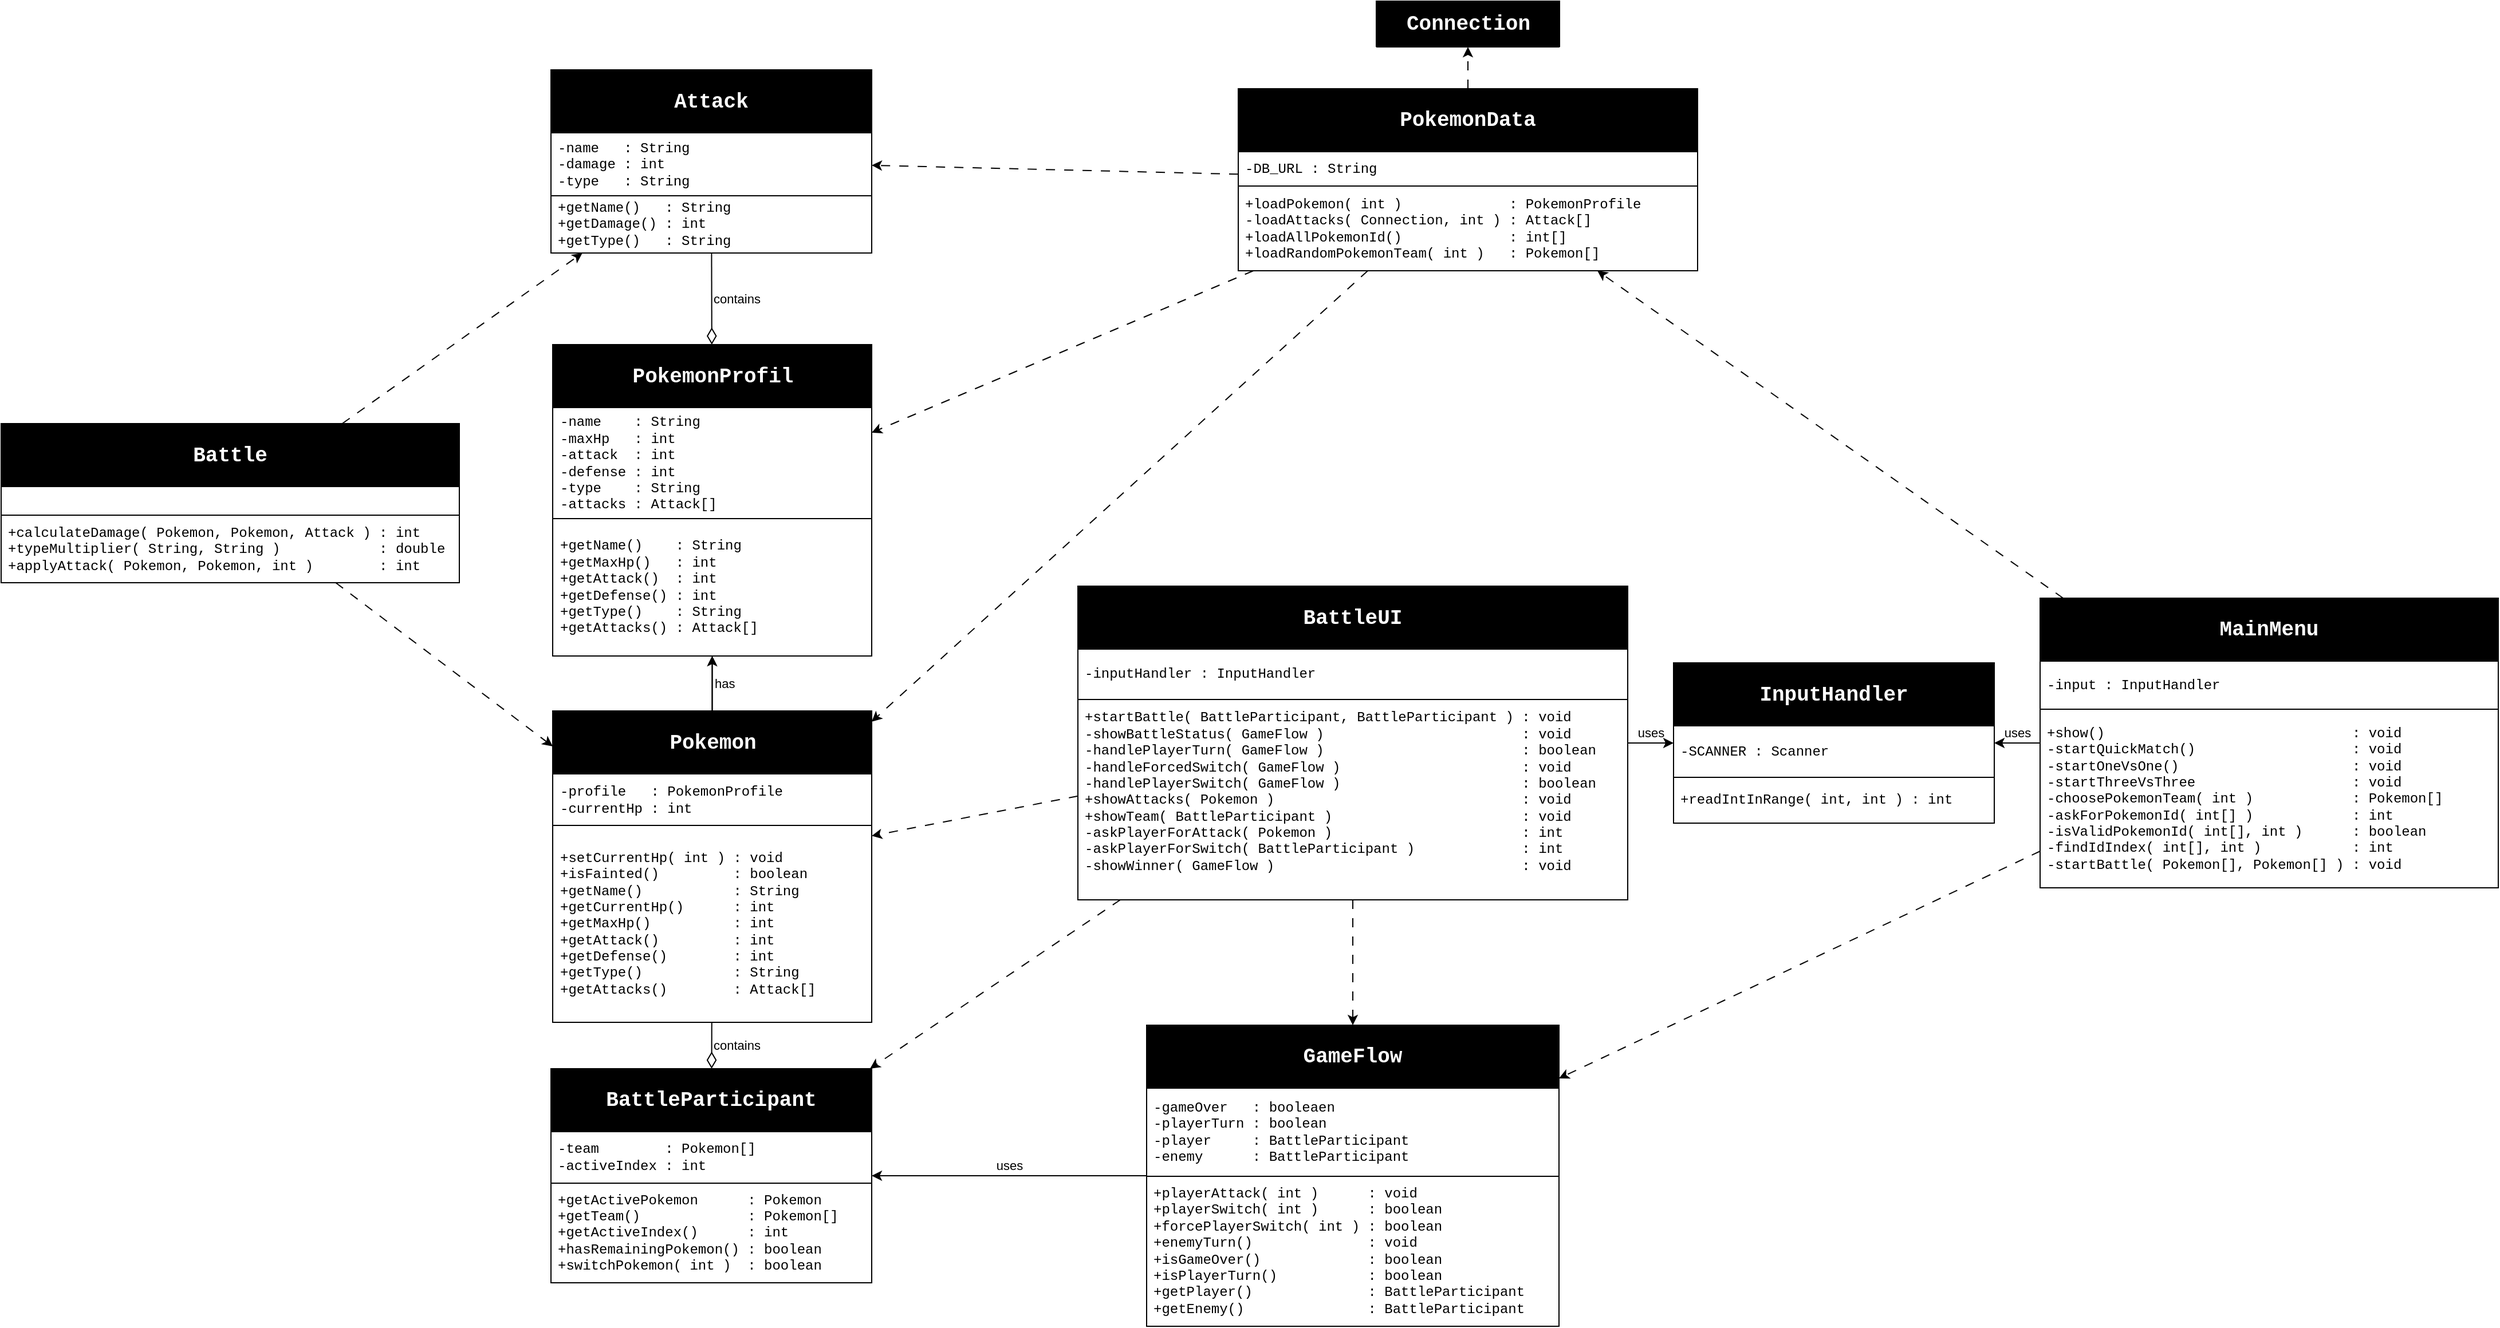
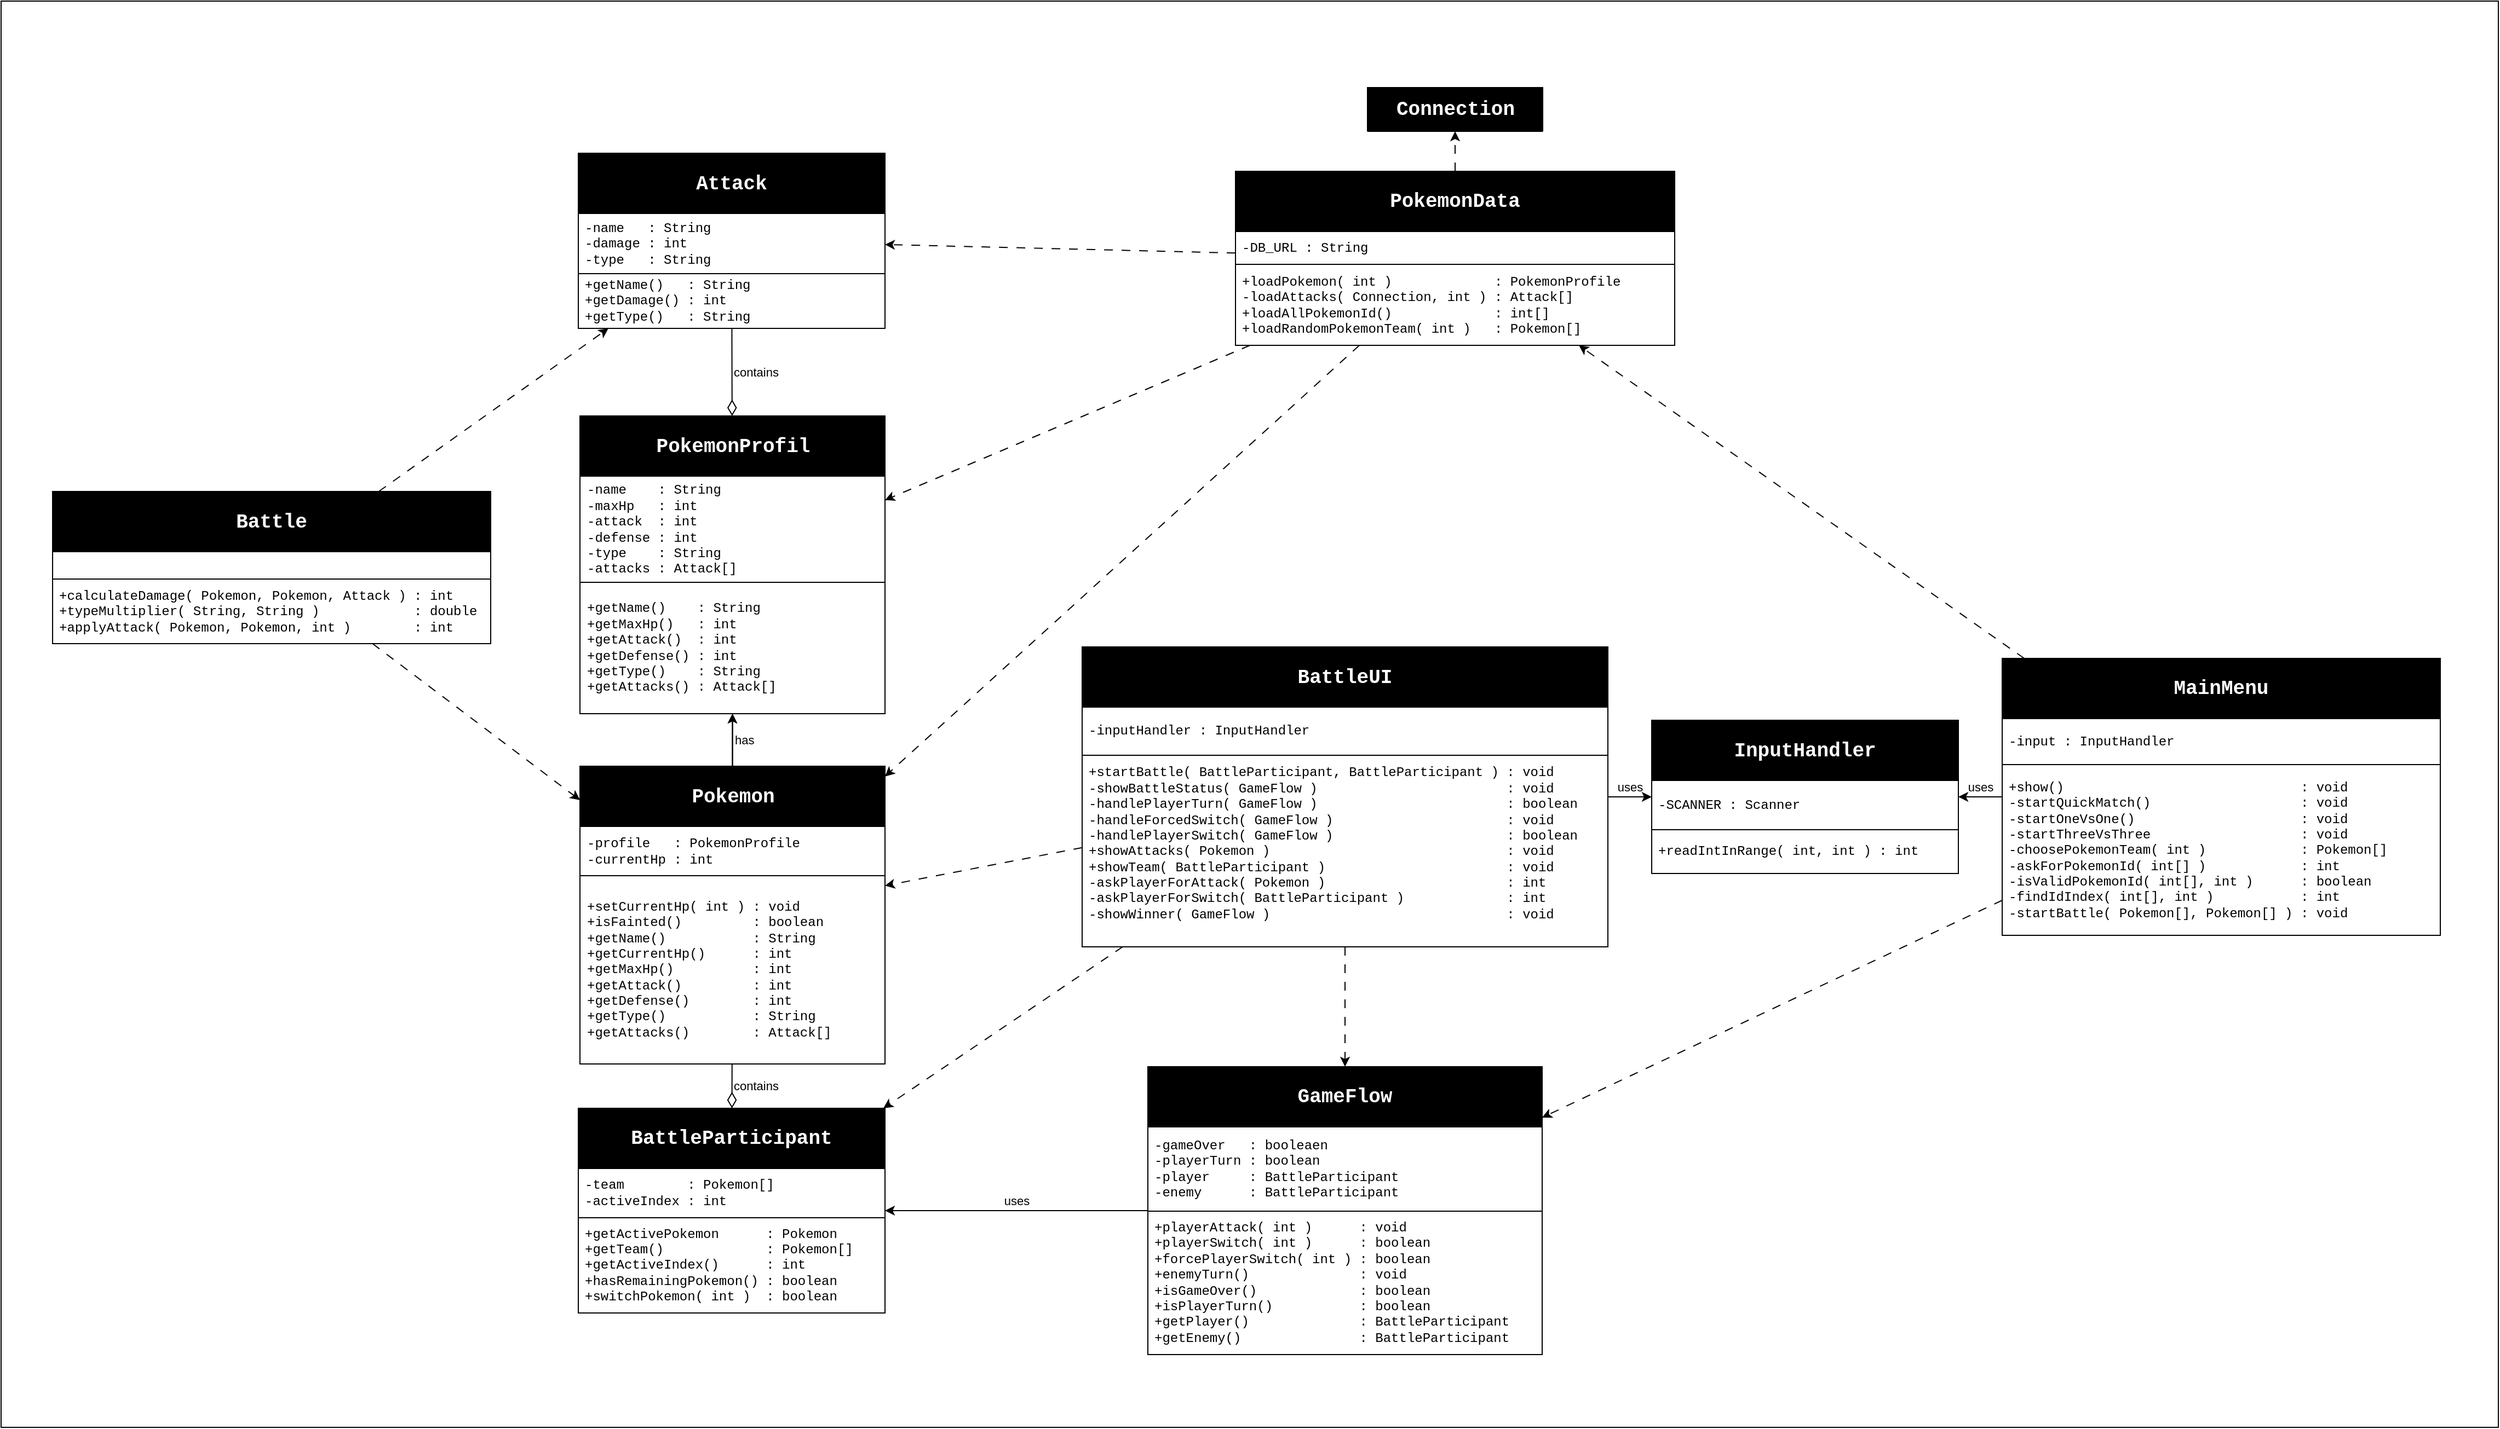
<mxfile host="app.diagrams.net">
  <diagram name="Page-1" id="752gZJhpb6IptiiihZ93">
-     <mxGraphModel dx="3164" dy="2211" grid="0" gridSize="10" guides="1" tooltips="1" connect="1" arrows="1" fold="1" page="0" pageScale="1" pageWidth="827" pageHeight="1169" background="none" math="0" shadow="0">
+     <mxGraphModel dx="3850" dy="2717" grid="0" gridSize="10" guides="1" tooltips="1" connect="1" arrows="1" fold="1" page="0" pageScale="1" pageWidth="827" pageHeight="1169" background="none" math="0" shadow="0">
      <root>
        <mxCell id="0" />
        <mxCell id="1" parent="0" />
+         <mxCell id="nLG-twWl6LrBFGrOqvDO-1" parent="1" style="rounded=0;whiteSpace=wrap;html=1;" value="" vertex="1">
+           <mxGeometry height="1303" width="2280" x="-1247" y="-979" as="geometry" />
+         </mxCell>
        <mxCell id="3eeMSJOm0YbWFgFoKu3u-6" parent="1" style="swimlane;fontStyle=0;align=center;verticalAlign=middle;childLayout=stackLayout;horizontal=1;startSize=55;horizontalStack=0;resizeParent=1;resizeParentMax=0;resizeLast=0;collapsible=0;marginBottom=0;html=1;whiteSpace=wrap;labelBorderColor=none;labelBackgroundColor=none;swimlaneFillColor=none;gradientColor=none;fontColor=light-dark(#FFFFFF,#EDEDED);strokeColor=light-dark(#000000,#EDEDED);fillColor=#000000;fontFamily=Courier New;fontSize=18;" value="&lt;div&gt;&lt;b&gt;Battle&lt;/b&gt;&lt;/div&gt;" vertex="1">
          <mxGeometry height="139" width="400" x="-1200" y="-531" as="geometry" />
        </mxCell>
        <mxCell id="3eeMSJOm0YbWFgFoKu3u-7" parent="3eeMSJOm0YbWFgFoKu3u-6" style="text;html=1;strokeColor=light-dark(#000000,#EDEDED);fillColor=default;align=left;verticalAlign=middle;spacingLeft=4;spacingRight=4;overflow=hidden;rotatable=0;points=[[0,0.5],[1,0.5]];portConstraint=eastwest;whiteSpace=wrap;fontColor=light-dark(#000000,#EDEDED);labelBorderColor=none;fontFamily=Courier New;labelBackgroundColor=none;" value="&amp;nbsp;" vertex="1">
          <mxGeometry height="25" width="400" y="55" as="geometry" />
        </mxCell>
        <mxCell id="3eeMSJOm0YbWFgFoKu3u-10" parent="3eeMSJOm0YbWFgFoKu3u-6" style="text;html=1;strokeColor=light-dark(#000000,#EDEDED);fillColor=default;align=left;verticalAlign=middle;spacingLeft=4;spacingRight=4;overflow=hidden;rotatable=0;points=[[0,0.5],[1,0.5]];portConstraint=eastwest;whiteSpace=wrap;fontColor=light-dark(#000000,#EDEDED);fontFamily=Courier New;labelBackgroundColor=none;" value="&lt;div&gt;+calculateDamage( Pokemon, Pokemon, Attack ) : int&lt;/div&gt;&lt;div&gt;+typeMultiplier( String, String )&amp;nbsp; &amp;nbsp; &amp;nbsp; &amp;nbsp; &amp;nbsp; &amp;nbsp; : double&lt;/div&gt;&lt;div&gt;+applyAttack( Pokemon, Pokemon, int )&amp;nbsp; &amp;nbsp; &amp;nbsp; &amp;nbsp; : int&lt;/div&gt;" vertex="1">
          <mxGeometry height="59" width="400" y="80" as="geometry" />
        </mxCell>
        <mxCell id="3eeMSJOm0YbWFgFoKu3u-16" parent="1" style="swimlane;fontStyle=0;align=center;verticalAlign=middle;childLayout=stackLayout;horizontal=1;startSize=55;horizontalStack=0;resizeParent=1;resizeParentMax=0;resizeLast=0;collapsible=0;marginBottom=0;html=1;whiteSpace=wrap;labelBorderColor=none;labelBackgroundColor=none;swimlaneFillColor=none;gradientColor=none;fontColor=light-dark(#FFFFFF,#EDEDED);strokeColor=light-dark(#000000,#EDEDED);fillColor=#000000;fontFamily=Courier New;fontSize=18;" value="&lt;div&gt;&lt;b&gt;BattleUI&lt;/b&gt;&lt;/div&gt;" vertex="1">
          <mxGeometry height="274" width="480" x="-260" y="-389" as="geometry" />
        </mxCell>
        <mxCell id="3eeMSJOm0YbWFgFoKu3u-17" parent="3eeMSJOm0YbWFgFoKu3u-16" style="text;html=1;strokeColor=light-dark(#000000,#EDEDED);fillColor=default;align=left;verticalAlign=middle;spacingLeft=4;spacingRight=4;overflow=hidden;rotatable=0;points=[[0,0.5],[1,0.5]];portConstraint=eastwest;whiteSpace=wrap;fontColor=light-dark(#000000,#EDEDED);labelBorderColor=none;fontFamily=Courier New;labelBackgroundColor=none;" value="&lt;div&gt;-inputHandler : InputHandler&lt;/div&gt;" vertex="1">
          <mxGeometry height="44" width="480" y="55" as="geometry" />
        </mxCell>
        <mxCell id="3eeMSJOm0YbWFgFoKu3u-20" parent="3eeMSJOm0YbWFgFoKu3u-16" style="text;html=1;strokeColor=light-dark(#000000,#EDEDED);fillColor=default;align=left;verticalAlign=middle;spacingLeft=4;spacingRight=4;overflow=hidden;rotatable=0;points=[[0,0.5],[1,0.5]];portConstraint=eastwest;whiteSpace=wrap;fontColor=light-dark(#000000,#EDEDED);fontFamily=Courier New;labelBackgroundColor=none;" value="&lt;div&gt;+startBattle( BattleParticipant, BattleParticipant ) : void&lt;/div&gt;&lt;div&gt;&lt;div&gt;-showBattleStatus( GameFlow )&amp;nbsp; &amp;nbsp; &amp;nbsp; &amp;nbsp; &amp;nbsp; &amp;nbsp; &amp;nbsp; &amp;nbsp; &amp;nbsp; &amp;nbsp; &amp;nbsp;&amp;nbsp; &amp;nbsp;: void&lt;/div&gt;&lt;div&gt;-handlePlayerTurn( GameFlow )&amp;nbsp; &amp;nbsp; &amp;nbsp; &amp;nbsp; &amp;nbsp; &amp;nbsp; &amp;nbsp; &amp;nbsp; &amp;nbsp; &amp;nbsp;&amp;nbsp; &amp;nbsp; &amp;nbsp;: boolean&lt;/div&gt;&lt;div&gt;-handleForcedSwitch( GameFlow )&amp;nbsp; &amp;nbsp; &amp;nbsp; &amp;nbsp; &amp;nbsp; &amp;nbsp; &amp;nbsp; &amp;nbsp; &amp;nbsp; &amp;nbsp; &amp;nbsp;&amp;nbsp;: void&lt;/div&gt;&lt;div&gt;-handlePlayerSwitch( GameFlow )&amp;nbsp; &amp;nbsp; &amp;nbsp; &amp;nbsp; &amp;nbsp; &amp;nbsp; &amp;nbsp; &amp;nbsp; &amp;nbsp; &amp;nbsp; &amp;nbsp; : boolean&lt;/div&gt;&lt;div&gt;+showAttacks( Pokemon )&amp;nbsp; &amp;nbsp; &amp;nbsp; &amp;nbsp; &amp;nbsp; &amp;nbsp; &amp;nbsp; &amp;nbsp; &amp;nbsp; &amp;nbsp; &amp;nbsp; &amp;nbsp; &amp;nbsp; &amp;nbsp; &amp;nbsp; : void&lt;/div&gt;&lt;div&gt;+showTeam( BattleParticipant )&amp;nbsp; &amp;nbsp; &amp;nbsp; &amp;nbsp; &amp;nbsp; &amp;nbsp; &amp;nbsp; &amp;nbsp; &amp;nbsp; &amp;nbsp; &amp;nbsp; &amp;nbsp;: void&lt;/div&gt;&lt;div&gt;-askPlayerForAttack( Pokemon )&amp;nbsp; &amp;nbsp; &amp;nbsp; &amp;nbsp; &amp;nbsp; &amp;nbsp; &amp;nbsp; &amp;nbsp; &amp;nbsp; &amp;nbsp; &amp;nbsp; &amp;nbsp;: int&lt;/div&gt;&lt;div&gt;-askPlayerForSwitch( BattleParticipant )&amp;nbsp; &amp;nbsp; &amp;nbsp; &amp;nbsp; &amp;nbsp; &amp;nbsp; &amp;nbsp;: int&lt;/div&gt;&lt;div&gt;-showWinner( GameFlow )&amp;nbsp; &amp;nbsp; &amp;nbsp; &amp;nbsp; &amp;nbsp; &amp;nbsp; &amp;nbsp; &amp;nbsp; &amp;nbsp; &amp;nbsp; &amp;nbsp; &amp;nbsp; &amp;nbsp; &amp;nbsp; &amp;nbsp; : void&lt;/div&gt;&lt;br&gt;&lt;/div&gt;" vertex="1">
          <mxGeometry height="175" width="480" y="99" as="geometry" />
        </mxCell>
        <mxCell id="3eeMSJOm0YbWFgFoKu3u-26" parent="1" style="swimlane;fontStyle=0;align=center;verticalAlign=middle;childLayout=stackLayout;horizontal=1;startSize=55;horizontalStack=0;resizeParent=1;resizeParentMax=0;resizeLast=0;collapsible=0;marginBottom=0;html=1;whiteSpace=wrap;labelBorderColor=none;labelBackgroundColor=none;swimlaneFillColor=none;gradientColor=none;fontColor=light-dark(#FFFFFF,#EDEDED);strokeColor=light-dark(#000000,#EDEDED);fillColor=#000000;fontFamily=Courier New;fontSize=18;" value="&lt;div&gt;&lt;b&gt;InputHandler&lt;/b&gt;&lt;/div&gt;" vertex="1">
          <mxGeometry height="140" width="280" x="260" y="-322" as="geometry" />
        </mxCell>
        <mxCell id="3eeMSJOm0YbWFgFoKu3u-27" parent="3eeMSJOm0YbWFgFoKu3u-26" style="text;html=1;strokeColor=light-dark(#000000,#EDEDED);fillColor=default;align=left;verticalAlign=middle;spacingLeft=4;spacingRight=4;overflow=hidden;rotatable=0;points=[[0,0.5],[1,0.5]];portConstraint=eastwest;whiteSpace=wrap;fontColor=light-dark(#000000,#EDEDED);labelBorderColor=none;fontFamily=Courier New;labelBackgroundColor=none;" value="-SCANNER : Scanner" vertex="1">
          <mxGeometry height="45" width="280" y="55" as="geometry" />
        </mxCell>
        <mxCell id="3eeMSJOm0YbWFgFoKu3u-30" parent="3eeMSJOm0YbWFgFoKu3u-26" style="text;html=1;strokeColor=light-dark(#000000,#EDEDED);fillColor=default;align=left;verticalAlign=middle;spacingLeft=4;spacingRight=4;overflow=hidden;rotatable=0;points=[[0,0.5],[1,0.5]];portConstraint=eastwest;whiteSpace=wrap;fontColor=light-dark(#000000,#EDEDED);fontFamily=Courier New;labelBackgroundColor=none;" value="&lt;div&gt;+readIntInRange( int, int ) : int&lt;/div&gt;" vertex="1">
          <mxGeometry height="40" width="280" y="100" as="geometry" />
        </mxCell>
        <mxCell id="3eeMSJOm0YbWFgFoKu3u-36" parent="1" style="swimlane;fontStyle=0;align=center;verticalAlign=middle;childLayout=stackLayout;horizontal=1;startSize=55;horizontalStack=0;resizeParent=1;resizeParentMax=0;resizeLast=0;collapsible=0;marginBottom=0;html=1;whiteSpace=wrap;labelBorderColor=none;labelBackgroundColor=none;swimlaneFillColor=none;gradientColor=none;fontColor=light-dark(#FFFFFF,#EDEDED);strokeColor=light-dark(#000000,#EDEDED);fillColor=#000000;fontFamily=Courier New;fontSize=18;" value="&lt;div&gt;&lt;b&gt;MainMenu&lt;/b&gt;&lt;/div&gt;" vertex="1">
          <mxGeometry height="253" width="400" x="580" y="-378.5" as="geometry" />
        </mxCell>
        <mxCell id="3eeMSJOm0YbWFgFoKu3u-37" parent="3eeMSJOm0YbWFgFoKu3u-36" style="text;html=1;strokeColor=light-dark(#000000,#EDEDED);fillColor=default;align=left;verticalAlign=middle;spacingLeft=4;spacingRight=4;overflow=hidden;rotatable=0;points=[[0,0.5],[1,0.5]];portConstraint=eastwest;whiteSpace=wrap;fontColor=light-dark(#000000,#EDEDED);labelBorderColor=none;fontFamily=Courier New;labelBackgroundColor=none;" value="-input : InputHandler" vertex="1">
          <mxGeometry height="42" width="400" y="55" as="geometry" />
        </mxCell>
        <mxCell id="3eeMSJOm0YbWFgFoKu3u-40" parent="3eeMSJOm0YbWFgFoKu3u-36" style="text;html=1;strokeColor=light-dark(#000000,#EDEDED);fillColor=default;align=left;verticalAlign=middle;spacingLeft=4;spacingRight=4;overflow=hidden;rotatable=0;points=[[0,0.5],[1,0.5]];portConstraint=eastwest;whiteSpace=wrap;fontColor=light-dark(#000000,#EDEDED);fontFamily=Courier New;labelBackgroundColor=none;" value="&lt;div&gt;+show()&amp;nbsp; &amp;nbsp; &amp;nbsp; &amp;nbsp; &amp;nbsp; &amp;nbsp; &amp;nbsp; &amp;nbsp; &amp;nbsp; &amp;nbsp; &amp;nbsp; &amp;nbsp; &amp;nbsp; &amp;nbsp; &amp;nbsp; : void&lt;/div&gt;&lt;div&gt;-startQuickMatch()&amp;nbsp; &amp;nbsp; &amp;nbsp; &amp;nbsp; &amp;nbsp; &amp;nbsp; &amp;nbsp; &amp;nbsp; &amp;nbsp; &amp;nbsp;: void&lt;/div&gt;&lt;div&gt;-startOneVsOne()&amp;nbsp; &amp;nbsp; &amp;nbsp; &amp;nbsp; &amp;nbsp; &amp;nbsp; &amp;nbsp; &amp;nbsp; &amp;nbsp; &amp;nbsp; &amp;nbsp;: void&lt;/div&gt;&lt;div&gt;-startThreeVsThree&amp;nbsp; &amp;nbsp; &amp;nbsp; &amp;nbsp; &amp;nbsp; &amp;nbsp; &amp;nbsp; &amp;nbsp; &amp;nbsp; &amp;nbsp;: void&lt;/div&gt;&lt;div&gt;-choosePokemonTeam( int )&amp;nbsp; &amp;nbsp; &amp;nbsp; &amp;nbsp; &amp;nbsp; &amp;nbsp; : Pokemon[]&lt;/div&gt;&lt;div&gt;-askForPokemonId( int[] )&amp;nbsp; &amp;nbsp; &amp;nbsp; &amp;nbsp; &amp;nbsp; &amp;nbsp; : int&lt;/div&gt;&lt;div&gt;-isValidPokemonId( int[], int )&amp;nbsp; &amp;nbsp; &amp;nbsp; : boolean&lt;/div&gt;&lt;div&gt;-findIdIndex( int[], int )&amp;nbsp; &amp;nbsp; &amp;nbsp; &amp;nbsp; &amp;nbsp; &amp;nbsp;: int&lt;/div&gt;&lt;div&gt;-startBattle( Pokemon[], Pokemon[] ) : void&lt;/div&gt;" vertex="1">
          <mxGeometry height="156" width="400" y="97" as="geometry" />
        </mxCell>
        <mxCell id="U6f4ozNskbe53SCbbHyX-2" edge="1" parent="1" source="3eeMSJOm0YbWFgFoKu3u-41" style="edgeStyle=none;shape=filledEdge;rounded=0;orthogonalLoop=1;jettySize=auto;html=1;strokeColor=light-dark(#000000,#EDEDED);endArrow=open;endFill=0;fontColor=light-dark(#000000,#EDEDED);labelBackgroundColor=none;fillColor=default;" target="3eeMSJOm0YbWFgFoKu3u-51" value="">
          <mxGeometry relative="1" as="geometry" />
        </mxCell>
        <mxCell id="3eeMSJOm0YbWFgFoKu3u-41" parent="1" style="swimlane;fontStyle=0;align=center;verticalAlign=middle;childLayout=stackLayout;horizontal=1;startSize=55;horizontalStack=0;resizeParent=1;resizeParentMax=0;resizeLast=0;collapsible=0;marginBottom=0;html=1;whiteSpace=wrap;labelBorderColor=none;labelBackgroundColor=none;swimlaneFillColor=none;gradientColor=none;fontColor=light-dark(#FFFFFF,#EDEDED);strokeColor=light-dark(#000000,#EDEDED);fillColor=#000000;fontFamily=Courier New;fontSize=18;" value="&lt;div&gt;&lt;b&gt;Pokemon&lt;/b&gt;&lt;/div&gt;" vertex="1">
          <mxGeometry height="272" width="278.5" x="-718.5" y="-280" as="geometry" />
        </mxCell>
        <mxCell id="3eeMSJOm0YbWFgFoKu3u-42" parent="3eeMSJOm0YbWFgFoKu3u-41" style="text;html=1;strokeColor=light-dark(#000000,#EDEDED);fillColor=default;align=left;verticalAlign=middle;spacingLeft=4;spacingRight=4;overflow=hidden;rotatable=0;points=[[0,0.5],[1,0.5]];portConstraint=eastwest;whiteSpace=wrap;fontColor=light-dark(#000000,#EDEDED);labelBorderColor=none;fontFamily=Courier New;labelBackgroundColor=none;" value="&lt;div&gt;-profile&amp;nbsp; &amp;nbsp;: PokemonProfile&lt;/div&gt;&lt;div&gt;-currentHp : int&lt;/div&gt;" vertex="1">
          <mxGeometry height="45" width="278.5" y="55" as="geometry" />
        </mxCell>
        <mxCell id="3eeMSJOm0YbWFgFoKu3u-45" parent="3eeMSJOm0YbWFgFoKu3u-41" style="text;html=1;strokeColor=light-dark(#000000,#EDEDED);fillColor=default;align=left;verticalAlign=middle;spacingLeft=4;spacingRight=4;overflow=hidden;rotatable=0;points=[[0,0.5],[1,0.5]];portConstraint=eastwest;whiteSpace=wrap;fontColor=light-dark(#000000,#EDEDED);fontFamily=Courier New;labelBackgroundColor=none;" value="&lt;div&gt;+setCurrentHp( int ) : void&lt;/div&gt;&lt;div&gt;+isFainted()&amp;nbsp; &amp;nbsp; &amp;nbsp; &amp;nbsp; &amp;nbsp;: boolean&lt;/div&gt;&lt;div&gt;+getName()&amp;nbsp; &amp;nbsp; &amp;nbsp; &amp;nbsp; &amp;nbsp; &amp;nbsp;: String&lt;/div&gt;&lt;div&gt;+getCurrentHp()&amp;nbsp; &amp;nbsp; &amp;nbsp;&amp;nbsp;: int&lt;/div&gt;&lt;div&gt;+getMaxHp()&amp;nbsp; &amp;nbsp; &amp;nbsp; &amp;nbsp; &amp;nbsp;&amp;nbsp;: int&lt;/div&gt;&lt;div&gt;+getAttack()&amp;nbsp; &amp;nbsp; &amp;nbsp; &amp;nbsp; &amp;nbsp;: int&lt;/div&gt;&lt;div&gt;+getDefense()&amp;nbsp; &amp;nbsp; &amp;nbsp; &amp;nbsp; : int&lt;/div&gt;&lt;div&gt;+getType()&amp;nbsp; &amp;nbsp; &amp;nbsp; &amp;nbsp; &amp;nbsp; &amp;nbsp;: String&lt;/div&gt;&lt;div&gt;+getAttacks()&amp;nbsp; &amp;nbsp; &amp;nbsp; &amp;nbsp; : Attack[]&lt;/div&gt;" vertex="1">
          <mxGeometry height="172" width="278.5" y="100" as="geometry" />
        </mxCell>
        <mxCell id="3eeMSJOm0YbWFgFoKu3u-46" parent="1" style="swimlane;fontStyle=0;align=center;verticalAlign=middle;childLayout=stackLayout;horizontal=1;startSize=55;horizontalStack=0;resizeParent=1;resizeParentMax=0;resizeLast=0;collapsible=0;marginBottom=0;html=1;whiteSpace=wrap;labelBorderColor=none;labelBackgroundColor=none;swimlaneFillColor=none;gradientColor=none;fontColor=light-dark(#FFFFFF,#EDEDED);strokeColor=light-dark(#000000,#EDEDED);fillColor=#000000;fontFamily=Courier New;fontSize=18;" value="&lt;div&gt;&lt;b&gt;PokemonData&lt;/b&gt;&lt;/div&gt;" vertex="1">
          <mxGeometry height="159" width="401" x="-120" y="-823.5" as="geometry" />
        </mxCell>
        <mxCell id="3eeMSJOm0YbWFgFoKu3u-47" parent="3eeMSJOm0YbWFgFoKu3u-46" style="text;html=1;strokeColor=light-dark(#000000,#EDEDED);fillColor=default;align=left;verticalAlign=middle;spacingLeft=4;spacingRight=4;overflow=hidden;rotatable=0;points=[[0,0.5],[1,0.5]];portConstraint=eastwest;whiteSpace=wrap;fontColor=light-dark(#000000,#EDEDED);labelBorderColor=none;fontFamily=Courier New;labelBackgroundColor=none;" value="-DB_URL : String" vertex="1">
          <mxGeometry height="30" width="401" y="55" as="geometry" />
        </mxCell>
        <mxCell id="3eeMSJOm0YbWFgFoKu3u-50" parent="3eeMSJOm0YbWFgFoKu3u-46" style="text;html=1;strokeColor=light-dark(#000000,#EDEDED);fillColor=default;align=left;verticalAlign=middle;spacingLeft=4;spacingRight=4;overflow=hidden;rotatable=0;points=[[0,0.5],[1,0.5]];portConstraint=eastwest;whiteSpace=wrap;fontColor=light-dark(#000000,#EDEDED);fontFamily=Courier New;labelBackgroundColor=none;" value="&lt;div&gt;+loadPokemon( int )&amp;nbsp; &amp;nbsp; &amp;nbsp; &amp;nbsp; &amp;nbsp; &amp;nbsp; &amp;nbsp;: PokemonProfile&lt;/div&gt;&lt;div&gt;-loadAttacks( Connection, int ) : Attack[]&lt;/div&gt;&lt;div&gt;+loadAllPokemonId()&amp;nbsp; &amp;nbsp; &amp;nbsp; &amp;nbsp; &amp;nbsp; &amp;nbsp; &amp;nbsp;: int[]&lt;/div&gt;&lt;div&gt;+loadRandomPokemonTeam( int )&amp;nbsp; &amp;nbsp;: Pokemon[]&lt;/div&gt;" vertex="1">
          <mxGeometry height="74" width="401" y="85" as="geometry" />
        </mxCell>
        <mxCell id="3eeMSJOm0YbWFgFoKu3u-51" parent="1" style="swimlane;fontStyle=0;align=center;verticalAlign=middle;childLayout=stackLayout;horizontal=1;startSize=55;horizontalStack=0;resizeParent=1;resizeParentMax=0;resizeLast=0;collapsible=0;marginBottom=0;html=1;labelBorderColor=none;labelBackgroundColor=none;swimlaneFillColor=none;gradientColor=none;fontColor=light-dark(#FFFFFF,#EDEDED);strokeColor=light-dark(#000000,#EDEDED);fillColor=#000000;fontFamily=Courier New;strokeWidth=1;textShadow=0;whiteSpace=wrap;fontSize=18;" value="&lt;div&gt;&lt;font&gt;&lt;b&gt;PokemonProfil&lt;/b&gt;&lt;/font&gt;&lt;/div&gt;" vertex="1">
          <mxGeometry height="272" width="278.5" x="-718.5" y="-600" as="geometry" />
        </mxCell>
        <mxCell id="3eeMSJOm0YbWFgFoKu3u-52" parent="3eeMSJOm0YbWFgFoKu3u-51" style="text;html=1;strokeColor=light-dark(#000000,#EDEDED);fillColor=default;align=left;verticalAlign=middle;spacingLeft=4;spacingRight=4;overflow=hidden;rotatable=0;points=[[0,0.5],[1,0.5]];portConstraint=eastwest;whiteSpace=wrap;fontColor=light-dark(#000000,#EDEDED);labelBorderColor=none;fontFamily=Courier New;labelBackgroundColor=none;" value="&lt;div&gt;-name&amp;nbsp; &amp;nbsp; : String&lt;/div&gt;&lt;div&gt;-maxHp&amp;nbsp; &amp;nbsp;: int&lt;/div&gt;&lt;div&gt;-attack&amp;nbsp; : int&lt;/div&gt;&lt;div&gt;-defense : int&lt;/div&gt;&lt;div&gt;-type&amp;nbsp; &amp;nbsp; : String&lt;/div&gt;&lt;div&gt;-attacks : Attack[]&lt;/div&gt;" vertex="1">
          <mxGeometry height="97" width="278.5" y="55" as="geometry" />
        </mxCell>
        <mxCell id="3eeMSJOm0YbWFgFoKu3u-55" parent="3eeMSJOm0YbWFgFoKu3u-51" style="text;html=1;strokeColor=light-dark(#000000,#EDEDED);fillColor=default;align=left;verticalAlign=middle;spacingLeft=4;spacingRight=4;overflow=hidden;rotatable=0;points=[[0,0.5],[1,0.5]];portConstraint=eastwest;whiteSpace=wrap;fontColor=default;fontFamily=Courier New;labelBorderColor=none;labelBackgroundColor=none;" value="&lt;div&gt;+getName()&amp;nbsp; &amp;nbsp; : String&lt;/div&gt;&lt;div&gt;+getMaxHp()&amp;nbsp; &amp;nbsp;: int&lt;/div&gt;&lt;div&gt;+getAttack()&amp;nbsp; : int&lt;/div&gt;&lt;div&gt;+getDefense() : int&lt;/div&gt;&lt;div&gt;+getType()&amp;nbsp; &amp;nbsp; : String&lt;/div&gt;&lt;div&gt;+getAttacks() : Attack[]&lt;/div&gt;" vertex="1">
          <mxGeometry height="120" width="278.5" y="152" as="geometry" />
        </mxCell>
        <mxCell id="U6f4ozNskbe53SCbbHyX-1" edge="1" parent="1" source="3eeMSJOm0YbWFgFoKu3u-1" style="edgeStyle=none;shape=filledEdge;rounded=0;orthogonalLoop=1;jettySize=auto;html=1;strokeColor=light-dark(#000000,#EDEDED);endArrow=diamondThin;endFill=0;startArrow=none;startFill=0;startSize=12;endSize=12;fontColor=light-dark(#000000,#EDEDED);labelBackgroundColor=none;fillColor=default;align=left;" target="3eeMSJOm0YbWFgFoKu3u-51" value="&lt;div align=&quot;left&quot;&gt;contains&lt;/div&gt;">
          <mxGeometry relative="1" as="geometry" />
        </mxCell>
        <mxCell id="3eeMSJOm0YbWFgFoKu3u-1" parent="1" style="swimlane;fontStyle=0;align=center;verticalAlign=middle;childLayout=stackLayout;horizontal=1;startSize=55;horizontalStack=0;resizeParent=1;resizeParentMax=0;resizeLast=0;collapsible=0;marginBottom=0;html=1;whiteSpace=wrap;labelBorderColor=none;labelBackgroundColor=none;swimlaneFillColor=none;gradientColor=none;fontColor=light-dark(#FFFFFF,#EDEDED);strokeColor=light-dark(#000000,#EDEDED);fillColor=#000000;fontFamily=Courier New;fontSize=18;" value="&lt;div&gt;&lt;b&gt;Attack&lt;/b&gt;&lt;/div&gt;" vertex="1">
          <mxGeometry height="160" width="280" x="-720" y="-840" as="geometry" />
        </mxCell>
        <mxCell id="3eeMSJOm0YbWFgFoKu3u-2" parent="3eeMSJOm0YbWFgFoKu3u-1" style="text;html=1;strokeColor=light-dark(#000000,#EDEDED);fillColor=default;align=left;verticalAlign=middle;spacingLeft=4;spacingRight=4;overflow=hidden;rotatable=0;points=[[0,0.5],[1,0.5]];portConstraint=eastwest;whiteSpace=wrap;fontColor=light-dark(#000000,#EDEDED);labelBorderColor=none;fontFamily=Courier New;labelBackgroundColor=none;" value="&lt;div&gt;&lt;font&gt;-name&amp;nbsp; &amp;nbsp;: String&lt;/font&gt;&lt;/div&gt;&lt;div&gt;&lt;font&gt;-damage : int&lt;/font&gt;&lt;/div&gt;&lt;div&gt;&lt;font&gt;-type&amp;nbsp; &amp;nbsp;: String&lt;/font&gt;&lt;/div&gt;" vertex="1">
          <mxGeometry height="55" width="280" y="55" as="geometry" />
        </mxCell>
        <mxCell id="3eeMSJOm0YbWFgFoKu3u-5" parent="3eeMSJOm0YbWFgFoKu3u-1" style="text;html=1;strokeColor=light-dark(#000000,#EDEDED);fillColor=default;align=left;verticalAlign=middle;spacingLeft=4;spacingRight=4;overflow=hidden;rotatable=0;points=[[0,0.5],[1,0.5]];portConstraint=eastwest;whiteSpace=wrap;fontColor=light-dark(#000000,#EDEDED);fontFamily=Courier New;labelBackgroundColor=none;" value="&lt;div&gt;+getName()&amp;nbsp; &amp;nbsp;: String&lt;/div&gt;&lt;div&gt;+getDamage() : int&lt;/div&gt;&lt;div&gt;+getType()&amp;nbsp; &amp;nbsp;: String&lt;/div&gt;" vertex="1">
          <mxGeometry height="50" width="280" y="110" as="geometry" />
        </mxCell>
        <mxCell id="U6f4ozNskbe53SCbbHyX-3" edge="1" parent="1" source="3eeMSJOm0YbWFgFoKu3u-41" style="edgeStyle=none;shape=filledEdge;rounded=0;orthogonalLoop=1;jettySize=auto;html=1;strokeColor=light-dark(#000000,#EDEDED);fontColor=light-dark(#000000,#EDEDED);labelBackgroundColor=none;fillColor=default;align=left;" target="3eeMSJOm0YbWFgFoKu3u-55" value="&lt;div align=&quot;left&quot;&gt;has&lt;/div&gt;">
          <mxGeometry relative="1" as="geometry" />
        </mxCell>
        <mxCell id="U6f4ozNskbe53SCbbHyX-4" edge="1" parent="1" source="3eeMSJOm0YbWFgFoKu3u-11" style="edgeStyle=none;shape=filledEdge;rounded=0;orthogonalLoop=1;jettySize=auto;html=1;strokeColor=light-dark(#000000,#EDEDED);endArrow=none;endFill=0;startArrow=diamondThin;startFill=0;startSize=12;fontColor=light-dark(#000000,#EDEDED);labelBackgroundColor=none;fillColor=default;verticalAlign=middle;align=left;" target="3eeMSJOm0YbWFgFoKu3u-41" value="contains">
          <mxGeometry relative="1" as="geometry">
            <Array as="points" />
            <mxPoint x="428" y="-161" as="sourcePoint" />
            <mxPoint x="95" y="-100" as="targetPoint" />
          </mxGeometry>
        </mxCell>
        <mxCell id="U6f4ozNskbe53SCbbHyX-10" edge="1" parent="1" source="3eeMSJOm0YbWFgFoKu3u-21" style="edgeStyle=none;shape=filledEdge;rounded=0;orthogonalLoop=1;jettySize=auto;html=1;strokeColor=light-dark(#000000,#EDEDED);endArrow=classic;endFill=1;fontColor=light-dark(#000000,#EDEDED);labelBackgroundColor=none;fillColor=default;verticalAlign=bottom;" target="3eeMSJOm0YbWFgFoKu3u-11" value="uses">
          <mxGeometry relative="1" as="geometry">
            <Array as="points" />
            <mxPoint x="621" y="257" as="sourcePoint" />
            <mxPoint x="-1" y="-20" as="targetPoint" />
          </mxGeometry>
        </mxCell>
        <mxCell id="U6f4ozNskbe53SCbbHyX-11" edge="1" parent="1" source="3eeMSJOm0YbWFgFoKu3u-36" style="edgeStyle=none;shape=filledEdge;rounded=0;orthogonalLoop=1;jettySize=auto;html=1;strokeColor=light-dark(#000000,#EDEDED);endArrow=classic;endFill=1;fontColor=light-dark(#000000,#EDEDED);labelBackgroundColor=none;fillColor=default;verticalAlign=bottom;" target="3eeMSJOm0YbWFgFoKu3u-26" value="uses">
          <mxGeometry relative="1" as="geometry">
            <Array as="points" />
            <mxPoint x="1016" y="1016" as="sourcePoint" />
            <mxPoint x="1016" y="679" as="targetPoint" />
          </mxGeometry>
        </mxCell>
        <mxCell id="U6f4ozNskbe53SCbbHyX-12" edge="1" parent="1" source="3eeMSJOm0YbWFgFoKu3u-16" style="edgeStyle=none;shape=filledEdge;rounded=0;orthogonalLoop=1;jettySize=auto;html=1;strokeColor=light-dark(#000000,#EDEDED);endArrow=classic;endFill=1;fontColor=light-dark(#000000,#EDEDED);labelBackgroundColor=none;fillColor=default;verticalAlign=bottom;" target="3eeMSJOm0YbWFgFoKu3u-26" value="uses">
          <mxGeometry relative="1" as="geometry">
            <Array as="points" />
            <mxPoint x="566" y="1027" as="sourcePoint" />
            <mxPoint x="658" y="602" as="targetPoint" />
          </mxGeometry>
        </mxCell>
        <mxCell id="U6f4ozNskbe53SCbbHyX-16" edge="1" parent="1" source="3eeMSJOm0YbWFgFoKu3u-6" style="edgeStyle=none;shape=filledEdge;rounded=0;orthogonalLoop=1;jettySize=auto;html=1;strokeColor=light-dark(#000000,#EDEDED);endArrow=classic;endFill=1;dashed=1;dashPattern=8 8;fontColor=light-dark(#000000,#EDEDED);labelBackgroundColor=none;fillColor=default;" target="3eeMSJOm0YbWFgFoKu3u-41" value="">
          <mxGeometry relative="1" as="geometry">
            <Array as="points" />
            <mxPoint x="231" y="263" as="sourcePoint" />
            <mxPoint x="231" y="-74" as="targetPoint" />
          </mxGeometry>
        </mxCell>
        <mxCell id="U6f4ozNskbe53SCbbHyX-17" edge="1" parent="1" source="3eeMSJOm0YbWFgFoKu3u-6" style="edgeStyle=none;shape=filledEdge;rounded=0;orthogonalLoop=1;jettySize=auto;html=1;strokeColor=light-dark(#000000,#EDEDED);endArrow=classic;endFill=1;dashed=1;dashPattern=8 8;fontColor=light-dark(#000000,#EDEDED);labelBackgroundColor=none;fillColor=default;" target="3eeMSJOm0YbWFgFoKu3u-1" value="">
          <mxGeometry relative="1" as="geometry">
            <Array as="points" />
            <mxPoint x="230" y="270" as="sourcePoint" />
            <mxPoint x="258" y="-30" as="targetPoint" />
          </mxGeometry>
        </mxCell>
        <mxCell id="U6f4ozNskbe53SCbbHyX-18" edge="1" parent="1" source="3eeMSJOm0YbWFgFoKu3u-16" style="edgeStyle=none;shape=filledEdge;rounded=0;orthogonalLoop=1;jettySize=auto;html=1;strokeColor=light-dark(#000000,#EDEDED);endArrow=classic;endFill=1;dashed=1;dashPattern=8 8;fontColor=light-dark(#000000,#EDEDED);labelBackgroundColor=none;fillColor=default;" target="3eeMSJOm0YbWFgFoKu3u-11" value="">
          <mxGeometry relative="1" as="geometry">
            <Array as="points" />
            <mxPoint x="272" y="526" as="sourcePoint" />
            <mxPoint x="212" y="470" as="targetPoint" />
          </mxGeometry>
        </mxCell>
        <mxCell id="U6f4ozNskbe53SCbbHyX-19" edge="1" parent="1" source="3eeMSJOm0YbWFgFoKu3u-16" style="edgeStyle=none;shape=filledEdge;rounded=0;orthogonalLoop=1;jettySize=auto;html=1;strokeColor=light-dark(#000000,#EDEDED);endArrow=classic;endFill=1;dashed=1;dashPattern=8 8;fontColor=light-dark(#000000,#EDEDED);labelBackgroundColor=none;fillColor=default;" target="3eeMSJOm0YbWFgFoKu3u-21" value="">
          <mxGeometry relative="1" as="geometry">
            <Array as="points" />
            <mxPoint x="167" y="555" as="sourcePoint" />
            <mxPoint x="107" y="499" as="targetPoint" />
          </mxGeometry>
        </mxCell>
        <mxCell id="U6f4ozNskbe53SCbbHyX-20" edge="1" parent="1" source="3eeMSJOm0YbWFgFoKu3u-16" style="edgeStyle=none;shape=filledEdge;rounded=0;orthogonalLoop=1;jettySize=auto;html=1;strokeColor=light-dark(#000000,#EDEDED);endArrow=classic;endFill=1;dashed=1;dashPattern=8 8;fontColor=light-dark(#000000,#EDEDED);labelBackgroundColor=none;fillColor=default;" target="3eeMSJOm0YbWFgFoKu3u-41" value="">
          <mxGeometry relative="1" as="geometry">
            <Array as="points" />
            <mxPoint x="440" y="587" as="sourcePoint" />
            <mxPoint x="228" y="439" as="targetPoint" />
          </mxGeometry>
        </mxCell>
        <mxCell id="U6f4ozNskbe53SCbbHyX-21" parent="1" style="swimlane;fontStyle=0;align=center;verticalAlign=middle;childLayout=stackLayout;horizontal=1;startSize=55;horizontalStack=0;resizeParent=1;resizeParentMax=0;resizeLast=0;collapsible=0;marginBottom=0;html=1;whiteSpace=wrap;labelBorderColor=none;labelBackgroundColor=none;swimlaneFillColor=none;gradientColor=none;fontColor=light-dark(#FFFFFF,#EDEDED);strokeColor=light-dark(#000000,#EDEDED);fillColor=#000000;fontFamily=Courier New;fontSize=18;" value="&lt;div&gt;&lt;b&gt;Connection&lt;/b&gt;&lt;/div&gt;" vertex="1">
          <mxGeometry height="40" width="160" x="0.5" y="-900" as="geometry" />
        </mxCell>
        <mxCell id="U6f4ozNskbe53SCbbHyX-30" edge="1" parent="1" source="3eeMSJOm0YbWFgFoKu3u-46" style="edgeStyle=none;shape=filledEdge;rounded=0;orthogonalLoop=1;jettySize=auto;html=1;strokeColor=light-dark(#000000,#EDEDED);endArrow=classic;endFill=1;dashed=1;dashPattern=8 8;fontColor=light-dark(#000000,#EDEDED);labelBackgroundColor=none;fillColor=default;" target="U6f4ozNskbe53SCbbHyX-21" value="">
          <mxGeometry relative="1" as="geometry">
            <Array as="points" />
            <mxPoint x="-195" y="-39" as="sourcePoint" />
            <mxPoint x="-195" y="-376" as="targetPoint" />
          </mxGeometry>
        </mxCell>
        <mxCell id="U6f4ozNskbe53SCbbHyX-31" edge="1" parent="1" source="3eeMSJOm0YbWFgFoKu3u-46" style="edgeStyle=none;shape=filledEdge;rounded=0;orthogonalLoop=1;jettySize=auto;html=1;strokeColor=light-dark(#000000,#EDEDED);endArrow=classic;endFill=1;dashed=1;dashPattern=8 8;fontColor=light-dark(#000000,#EDEDED);labelBackgroundColor=none;fillColor=default;" target="3eeMSJOm0YbWFgFoKu3u-51" value="">
          <mxGeometry relative="1" as="geometry">
            <Array as="points" />
            <mxPoint x="-62" y="-374" as="sourcePoint" />
            <mxPoint x="-62" y="-513" as="targetPoint" />
          </mxGeometry>
        </mxCell>
        <mxCell id="U6f4ozNskbe53SCbbHyX-32" edge="1" parent="1" source="3eeMSJOm0YbWFgFoKu3u-46" style="edgeStyle=none;shape=filledEdge;rounded=0;orthogonalLoop=1;jettySize=auto;html=1;strokeColor=light-dark(#000000,#EDEDED);endArrow=classic;endFill=1;dashed=1;dashPattern=8 8;fontColor=light-dark(#000000,#EDEDED);labelBackgroundColor=none;fillColor=default;" target="3eeMSJOm0YbWFgFoKu3u-1" value="">
          <mxGeometry relative="1" as="geometry">
            <Array as="points" />
            <mxPoint x="-93" y="-383" as="sourcePoint" />
            <mxPoint x="-39" y="-375" as="targetPoint" />
          </mxGeometry>
        </mxCell>
        <mxCell id="U6f4ozNskbe53SCbbHyX-33" edge="1" parent="1" source="3eeMSJOm0YbWFgFoKu3u-46" style="edgeStyle=none;shape=filledEdge;rounded=0;orthogonalLoop=1;jettySize=auto;html=1;strokeColor=light-dark(#000000,#EDEDED);endArrow=classic;endFill=1;dashed=1;dashPattern=8 8;fontColor=light-dark(#000000,#EDEDED);labelBackgroundColor=none;fillColor=default;" target="3eeMSJOm0YbWFgFoKu3u-41" value="">
          <mxGeometry relative="1" as="geometry">
            <Array as="points" />
            <mxPoint x="-133" y="-237" as="sourcePoint" />
            <mxPoint x="-133" y="-376" as="targetPoint" />
          </mxGeometry>
        </mxCell>
        <mxCell id="3eeMSJOm0YbWFgFoKu3u-11" parent="1" style="swimlane;fontStyle=0;align=center;verticalAlign=middle;childLayout=stackLayout;horizontal=1;startSize=55;horizontalStack=0;resizeParent=1;resizeParentMax=0;resizeLast=0;collapsible=0;marginBottom=0;html=1;whiteSpace=wrap;labelBorderColor=none;labelBackgroundColor=none;swimlaneFillColor=none;gradientColor=none;fontColor=light-dark(#FFFFFF,#EDEDED);strokeColor=light-dark(#000000,#EDEDED);fillColor=#000000;fontFamily=Courier New;fontSize=18;" value="&lt;div&gt;&lt;b&gt;BattleParticipant&lt;/b&gt;&lt;/div&gt;" vertex="1">
          <mxGeometry height="187" width="280" x="-720" y="32.5" as="geometry" />
        </mxCell>
        <mxCell id="3eeMSJOm0YbWFgFoKu3u-12" parent="3eeMSJOm0YbWFgFoKu3u-11" style="text;html=1;strokeColor=light-dark(#000000,#EDEDED);fillColor=default;align=left;verticalAlign=middle;spacingLeft=4;spacingRight=4;overflow=hidden;rotatable=0;points=[[0,0.5],[1,0.5]];portConstraint=eastwest;whiteSpace=wrap;fontColor=light-dark(#000000,#EDEDED);labelBorderColor=none;fontFamily=Courier New;labelBackgroundColor=none;" value="&lt;div&gt;-team&amp;nbsp; &amp;nbsp; &amp;nbsp; &amp;nbsp; : Pokemon[]&lt;/div&gt;&lt;div&gt;-activeIndex : int&lt;/div&gt;" vertex="1">
          <mxGeometry height="45" width="280" y="55" as="geometry" />
        </mxCell>
        <mxCell id="3eeMSJOm0YbWFgFoKu3u-15" parent="3eeMSJOm0YbWFgFoKu3u-11" style="text;html=1;strokeColor=light-dark(#000000,#EDEDED);fillColor=default;align=left;verticalAlign=middle;spacingLeft=4;spacingRight=4;overflow=hidden;rotatable=0;points=[[0,0.5],[1,0.5]];portConstraint=eastwest;whiteSpace=wrap;fontColor=light-dark(#000000,#EDEDED);fontFamily=Courier New;labelBackgroundColor=none;" value="&lt;div&gt;+getActivePokemon&amp;nbsp; &amp;nbsp;&amp;nbsp; &amp;nbsp;: Pokemon&lt;/div&gt;&lt;div&gt;+getTeam()&amp;nbsp; &amp;nbsp; &amp;nbsp; &amp;nbsp; &amp;nbsp; &amp;nbsp; &amp;nbsp;: Pokemon[]&lt;/div&gt;&lt;div&gt;+getActiveIndex()&amp;nbsp; &amp;nbsp; &amp;nbsp;&amp;nbsp;: int&lt;/div&gt;&lt;div&gt;+hasRemainingPokemon() : boolean&lt;/div&gt;&lt;div&gt;+switchPokemon( int )&amp;nbsp;&amp;nbsp;: boolean&lt;/div&gt;" vertex="1">
          <mxGeometry height="87" width="280" y="100" as="geometry" />
        </mxCell>
        <mxCell id="8eCUrU3QvDogY1ZXjvBf-3" edge="1" parent="1" source="3eeMSJOm0YbWFgFoKu3u-36" style="edgeStyle=none;shape=filledEdge;rounded=0;orthogonalLoop=1;jettySize=auto;html=1;strokeColor=light-dark(#000000,#EDEDED);endArrow=classic;endFill=1;dashed=1;dashPattern=8 8;fontColor=light-dark(#000000,#EDEDED);labelBackgroundColor=none;fillColor=default;" target="3eeMSJOm0YbWFgFoKu3u-21" value="">
          <mxGeometry relative="1" as="geometry">
            <Array as="points" />
            <mxPoint x="1422" y="-544" as="sourcePoint" />
            <mxPoint x="850" y="-390" as="targetPoint" />
          </mxGeometry>
        </mxCell>
        <mxCell id="3eeMSJOm0YbWFgFoKu3u-21" parent="1" style="swimlane;fontStyle=0;align=center;verticalAlign=middle;childLayout=stackLayout;horizontal=1;startSize=55;horizontalStack=0;resizeParent=1;resizeParentMax=0;resizeLast=0;collapsible=0;marginBottom=0;html=1;whiteSpace=wrap;labelBorderColor=none;labelBackgroundColor=none;swimlaneFillColor=none;gradientColor=none;fontColor=light-dark(#FFFFFF,#EDEDED);strokeColor=light-dark(#000000,#EDEDED);fillColor=#000000;fontFamily=Courier New;fontSize=18;" value="&lt;div&gt;&lt;b&gt;GameFlow&lt;/b&gt;&lt;/div&gt;" vertex="1">
          <mxGeometry height="263" width="360" x="-200" y="-5.5" as="geometry" />
        </mxCell>
        <mxCell id="3eeMSJOm0YbWFgFoKu3u-22" parent="3eeMSJOm0YbWFgFoKu3u-21" style="text;html=1;strokeColor=light-dark(#000000,#EDEDED);fillColor=default;align=left;verticalAlign=middle;spacingLeft=4;spacingRight=4;overflow=hidden;rotatable=0;points=[[0,0.5],[1,0.5]];portConstraint=eastwest;whiteSpace=wrap;fontColor=light-dark(#000000,#EDEDED);labelBorderColor=none;fontFamily=Courier New;labelBackgroundColor=none;" value="&lt;div&gt;-gameOver&amp;nbsp; &amp;nbsp;: booleaen&lt;/div&gt;&lt;div&gt;-playerTurn&amp;nbsp;: boolean&lt;/div&gt;&lt;div&gt;-player&amp;nbsp; &amp;nbsp; &amp;nbsp;: BattleParticipant&lt;/div&gt;&lt;div&gt;-enemy&amp;nbsp; &amp;nbsp; &amp;nbsp; : BattleParticipant&lt;/div&gt;" vertex="1">
          <mxGeometry height="77" width="360" y="55" as="geometry" />
        </mxCell>
        <mxCell id="3eeMSJOm0YbWFgFoKu3u-25" parent="3eeMSJOm0YbWFgFoKu3u-21" style="text;html=1;strokeColor=light-dark(#000000,#EDEDED);fillColor=default;align=left;verticalAlign=middle;spacingLeft=4;spacingRight=4;overflow=hidden;rotatable=0;points=[[0,0.5],[1,0.5]];portConstraint=eastwest;whiteSpace=wrap;fontColor=light-dark(#000000,#EDEDED);fontFamily=Courier New;labelBackgroundColor=none;" value="&lt;div&gt;+playerAttack( int )&amp;nbsp; &amp;nbsp; &amp;nbsp; : void&lt;/div&gt;&lt;div&gt;+playerSwitch( int )&amp;nbsp; &amp;nbsp; &amp;nbsp; : boolean&lt;/div&gt;&lt;div&gt;+forcePlayerSwitch( int ) : boolean&lt;/div&gt;&lt;div&gt;+enemyTurn()&amp;nbsp; &amp;nbsp; &amp;nbsp; &amp;nbsp; &amp;nbsp; &amp;nbsp; &amp;nbsp; : void&lt;/div&gt;&lt;div&gt;+isGameOver()&amp;nbsp; &amp;nbsp; &amp;nbsp; &amp;nbsp; &amp;nbsp; &amp;nbsp; &amp;nbsp;: boolean&lt;/div&gt;&lt;div&gt;+isPlayerTurn()&amp;nbsp; &amp;nbsp; &amp;nbsp; &amp;nbsp; &amp;nbsp; &amp;nbsp;: boolean&lt;/div&gt;&lt;div&gt;+getPlayer()&amp;nbsp; &amp;nbsp; &amp;nbsp; &amp;nbsp; &amp;nbsp; &amp;nbsp; &amp;nbsp; : BattleParticipant&lt;/div&gt;&lt;div&gt;+getEnemy()&amp;nbsp; &amp;nbsp; &amp;nbsp; &amp;nbsp; &amp;nbsp; &amp;nbsp; &amp;nbsp; &amp;nbsp;: BattleParticipant&lt;/div&gt;" vertex="1">
          <mxGeometry height="131" width="360" y="132" as="geometry" />
        </mxCell>
        <mxCell id="8eCUrU3QvDogY1ZXjvBf-4" edge="1" parent="1" source="3eeMSJOm0YbWFgFoKu3u-36" style="edgeStyle=none;shape=filledEdge;rounded=0;orthogonalLoop=1;jettySize=auto;html=1;strokeColor=light-dark(#000000,#EDEDED);endArrow=classic;endFill=1;dashed=1;dashPattern=8 8;fontColor=light-dark(#000000,#EDEDED);labelBackgroundColor=none;fillColor=default;" target="3eeMSJOm0YbWFgFoKu3u-46" value="">
          <mxGeometry relative="1" as="geometry">
            <Array as="points" />
            <mxPoint x="1577" y="33" as="sourcePoint" />
            <mxPoint x="1449" y="-214" as="targetPoint" />
          </mxGeometry>
        </mxCell>
      </root>
    </mxGraphModel>
  </diagram>
</mxfile>
